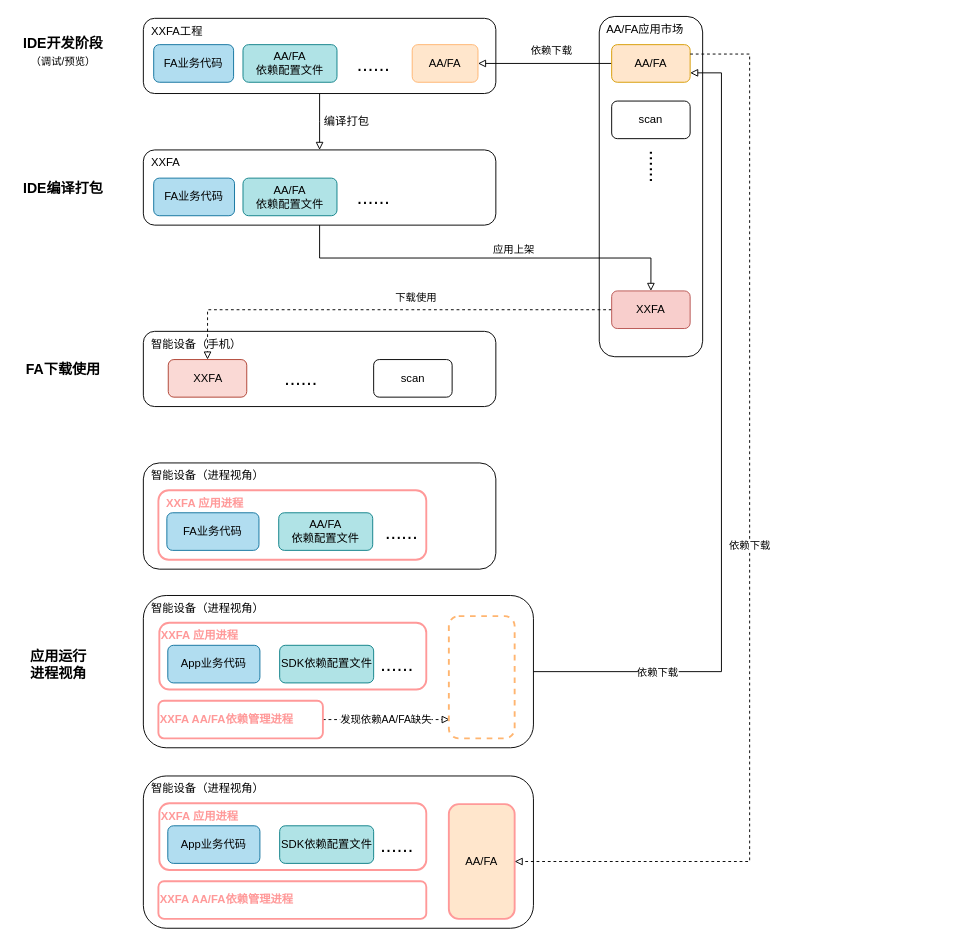
Before: draw/Virtual Integration - FA.drawio in befairyliu/draw.io, a draw.io diagram. Source tidied: cells renumbered, new cells numbered last; positions are measured from the earlier drawing's top-left corner, leaving out a move shared by most shapes. Both pictures are drawn from the tidied source at 94%, with x=0, y=0 at pixel (16, 16).
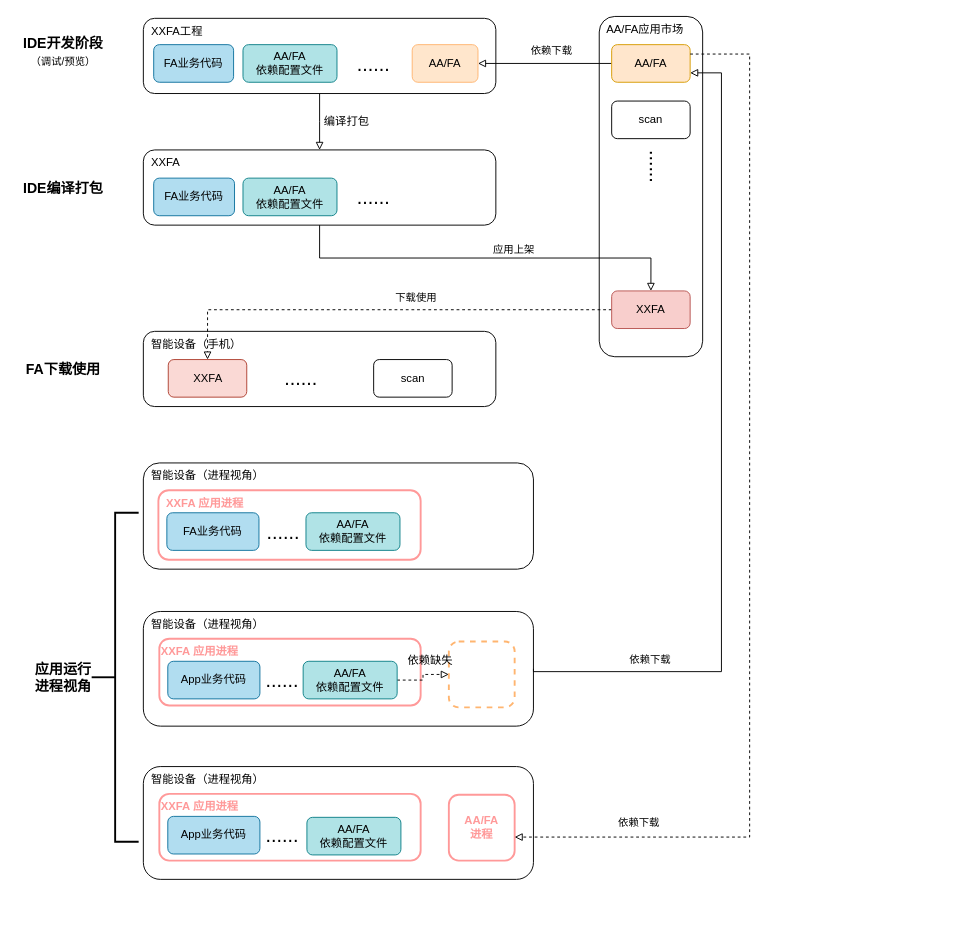
After the change.

Unchanged cells that the change refers to:
```xml
<mxCell id="20" value="AA/FA" style="rounded=1;whiteSpace=wrap;html=1;align=center;fillColor=#ffe6cc;strokeColor=#d79b00;" parent="1" vertex="1">
  <mxGeometry x="633.2" y="30" width="83.5" height="40" as="geometry" />
</mxCell>
<mxCell id="51" style="edgeStyle=orthogonalEdgeStyle;rounded=0;jettySize=auto;html=1;exitX=1;exitY=0.5;exitDx=0;exitDy=0;entryX=1;entryY=0.75;entryDx=0;entryDy=0;endArrow=block;endFill=0;" parent="1" edge="1" source="2" target="20">
  <mxGeometry relative="1" as="geometry">
    <Array as="points">
      <mxPoint x="750" y="697" />
      <mxPoint x="750" y="60" />
    </Array>
  </mxGeometry>
</mxCell>
```

What changed in the source:
```diff
@@
     <mxCell id="2" value="&amp;nbsp; 智能设备（进程视角）" style="rounded=1;whiteSpace=wrap;html=1;fontSize=12;glass=0;strokeWidth=1;shadow=0;align=left;verticalAlign=top;" parent="1" vertex="1">
-      <mxGeometry x="135" y="616" width="415" height="162" as="geometry" />
+      <mxGeometry x="135" y="633" width="415" height="122" as="geometry" />
     </mxCell>
     <mxCell id="3" value="&lt;b&gt;&lt;font color=&quot;#ff9999&quot;&gt;XXFA 应用进程&lt;/font&gt;&lt;/b&gt;" style="rounded=1;whiteSpace=wrap;html=1;fillColor=none;gradientColor=none;fontSize=12;align=left;verticalAlign=top;strokeColor=#FF9999;strokeWidth=2;" parent="1" vertex="1">
-      <mxGeometry x="152" y="645" width="284" height="71" as="geometry" />
+      <mxGeometry x="152" y="662" width="278" height="71" as="geometry" />
     </mxCell>
     <mxCell id="4" value="&amp;nbsp; 智能设备（进程视角）" style="rounded=1;whiteSpace=wrap;html=1;fontSize=12;glass=0;strokeWidth=1;shadow=0;align=left;verticalAlign=top;" parent="1" vertex="1">
-      <mxGeometry x="135" y="475" width="375" height="113" as="geometry" />
+      <mxGeometry x="135" y="475" width="415" height="113" as="geometry" />
     </mxCell>
     <mxCell id="5" value="&lt;b&gt;&lt;font color=&quot;#ff9999&quot;&gt;&amp;nbsp; XXFA 应用进程&lt;/font&gt;&lt;/b&gt;" style="rounded=1;whiteSpace=wrap;html=1;fillColor=none;gradientColor=none;fontSize=12;align=left;verticalAlign=top;strokeColor=#FF9999;strokeWidth=2;" parent="1" vertex="1">
-      <mxGeometry x="151" y="504" width="285" height="74" as="geometry" />
+      <mxGeometry x="151" y="504" width="279" height="74" as="geometry" />
     </mxCell>
@@
     <mxCell id="30" value="AA/FA&lt;br&gt;依赖配置文件" style="rounded=1;whiteSpace=wrap;html=1;align=center;fillColor=#b0e3e6;strokeColor=#0e8088;" parent="1" vertex="1">
-      <mxGeometry x="279" y="528" width="100" height="40" as="geometry" />
+      <mxGeometry x="308" y="528" width="100" height="40" as="geometry" />
     </mxCell>
     <mxCell id="31" value="&lt;font style=&quot;font-size: 21px&quot;&gt;......&lt;/font&gt;" style="rounded=1;whiteSpace=wrap;html=1;align=center;fillColor=none;gradientColor=none;strokeColor=none;" parent="1" vertex="1">
-      <mxGeometry x="385" y="528" width="50" height="40" as="geometry" />
+      <mxGeometry x="259" y="528" width="50" height="40" as="geometry" />
     </mxCell>
     <mxCell id="32" value="&lt;b&gt;应用运行&lt;br&gt;进程视角&lt;/b&gt;" style="text;html=1;strokeColor=none;fillColor=none;align=center;verticalAlign=middle;whiteSpace=wrap;rounded=0;fontSize=15;" parent="1" vertex="1">
-      <mxGeometry y="669" width="90" height="40" as="geometry" />
+      <mxGeometry x="5" y="683" width="90" height="40" as="geometry" />
     </mxCell>
@@
     <mxCell id="38" value="App业务代码" style="rounded=1;whiteSpace=wrap;html=1;align=center;fillColor=#b1ddf0;strokeColor=#10739e;" parent="1" vertex="1">
-      <mxGeometry x="161" y="669" width="98" height="40" as="geometry" />
+      <mxGeometry x="161" y="686" width="98" height="40" as="geometry" />
     </mxCell>
+    <mxCell id="54" style="edgeStyle=orthogonalEdgeStyle;rounded=0;jettySize=auto;html=1;exitX=1;exitY=0.5;exitDx=0;exitDy=0;entryX=0;entryY=0.5;entryDx=0;entryDy=0;dashed=1;endArrow=block;endFill=0;" parent="1" edge="1" source="39" target="43">
+      <mxGeometry relative="1" as="geometry" />
+    </mxCell>
-    <mxCell id="39" value="SDK依赖配置文件" style="rounded=1;whiteSpace=wrap;html=1;align=left;fillColor=#b0e3e6;strokeColor=#0e8088;" parent="1" vertex="1">
-      <mxGeometry x="280" y="669" width="100" height="40" as="geometry" />
+    <mxCell id="39" value="AA/FA&lt;br&gt;依赖配置文件" style="rounded=1;whiteSpace=wrap;html=1;align=center;fillColor=#b0e3e6;strokeColor=#0e8088;" parent="1" vertex="1">
+      <mxGeometry x="305" y="686" width="100" height="40" as="geometry" />
     </mxCell>
-    <mxCell id="40" value="&lt;font style=&quot;font-size: 21px&quot;&gt;......&lt;/font&gt;" style="rounded=1;whiteSpace=wrap;html=1;align=center;fillColor=none;gradientColor=none;strokeColor=none;" parent="1" vertex="1">
-      <mxGeometry x="380" y="669" width="50" height="40" as="geometry" />
-    </mxCell>
-    <mxCell id="41" value="发现依赖AA/FA缺失" style="edgeStyle=orthogonalEdgeStyle;rounded=0;jettySize=auto;html=1;exitX=1;exitY=0.5;exitDx=0;exitDy=0;dashed=1;endArrow=block;endFill=0;entryX=0.013;entryY=0.846;entryDx=0;entryDy=0;entryPerimeter=0;" parent="1" edge="1" source="42" target="43">
-      <mxGeometry relative="1" as="geometry" />
-    </mxCell>
-    <mxCell id="42" value="&lt;b&gt;&lt;font color=&quot;#ff9999&quot;&gt;XXFA AA/FA依赖管理进程&lt;/font&gt;&lt;/b&gt;" style="rounded=1;whiteSpace=wrap;html=1;fillColor=none;gradientColor=none;fontSize=12;align=left;verticalAlign=middle;strokeColor=#FF9999;strokeWidth=2;" parent="1" vertex="1">
-      <mxGeometry x="151" y="728" width="175" height="40" as="geometry" />
-    </mxCell>
     <mxCell id="43" style="rounded=1;whiteSpace=wrap;html=1;fontSize=12;align=left;verticalAlign=middle;strokeWidth=2;dashed=1;strokeColor=#FFB570;" parent="1" vertex="1">
-      <mxGeometry x="460" y="638" width="70" height="130" as="geometry" />
+      <mxGeometry x="460" y="665" width="70" height="70" as="geometry" />
     </mxCell>
     <mxCell id="44" value="&amp;nbsp; 智能设备（进程视角）" style="rounded=1;whiteSpace=wrap;html=1;fontSize=12;glass=0;strokeWidth=1;shadow=0;align=left;verticalAlign=top;" parent="1" vertex="1">
-      <mxGeometry x="135" y="808" width="415" height="162" as="geometry" />
+      <mxGeometry x="135" y="798" width="415" height="120" as="geometry" />
     </mxCell>
     <mxCell id="45" value="&lt;b&gt;&lt;font color=&quot;#ff9999&quot;&gt;XXFA 应用进程&lt;/font&gt;&lt;/b&gt;" style="rounded=1;whiteSpace=wrap;html=1;fillColor=none;gradientColor=none;fontSize=12;align=left;verticalAlign=top;strokeColor=#FF9999;strokeWidth=2;" parent="1" vertex="1">
-      <mxGeometry x="152" y="837" width="284" height="71" as="geometry" />
+      <mxGeometry x="152" y="827" width="278" height="71" as="geometry" />
     </mxCell>
     <mxCell id="46" value="App业务代码" style="rounded=1;whiteSpace=wrap;html=1;align=center;fillColor=#b1ddf0;strokeColor=#10739e;" parent="1" vertex="1">
-      <mxGeometry x="161" y="861" width="98" height="40" as="geometry" />
+      <mxGeometry x="161" y="851" width="98" height="40" as="geometry" />
     </mxCell>
-    <mxCell id="47" value="SDK依赖配置文件" style="rounded=1;whiteSpace=wrap;html=1;align=left;fillColor=#b0e3e6;strokeColor=#0e8088;" parent="1" vertex="1">
-      <mxGeometry x="280" y="861" width="100" height="40" as="geometry" />
+    <mxCell id="47" value="AA/FA&lt;br&gt;依赖配置文件" style="rounded=1;whiteSpace=wrap;html=1;align=center;fillColor=#b0e3e6;strokeColor=#0e8088;" parent="1" vertex="1">
+      <mxGeometry x="309" y="852" width="100" height="40" as="geometry" />
     </mxCell>
     <mxCell id="48" value="&lt;font style=&quot;font-size: 21px&quot;&gt;......&lt;/font&gt;" style="rounded=1;whiteSpace=wrap;html=1;align=center;fillColor=none;gradientColor=none;strokeColor=none;" parent="1" vertex="1">
-      <mxGeometry x="380" y="861" width="50" height="40" as="geometry" />
+      <mxGeometry x="258" y="851" width="50" height="40" as="geometry" />
     </mxCell>
-    <mxCell id="49" value="&lt;b&gt;&lt;font color=&quot;#ff9999&quot;&gt;XXFA AA/FA依赖管理进程&lt;/font&gt;&lt;/b&gt;" style="rounded=1;whiteSpace=wrap;html=1;fillColor=none;gradientColor=none;fontSize=12;align=left;verticalAlign=middle;strokeColor=#FF9999;strokeWidth=2;" parent="1" vertex="1">
-      <mxGeometry x="151" y="920" width="285" height="40" as="geometry" />
-    </mxCell>
-    <mxCell id="50" value="AA/FA" style="rounded=1;whiteSpace=wrap;html=1;fillColor=#ffe6cc;fontSize=12;align=center;verticalAlign=middle;strokeColor=#FF9999;strokeWidth=2;" parent="1" vertex="1">
-      <mxGeometry x="460" y="838" width="70" height="122" as="geometry" />
+    <mxCell id="50" value="&lt;font color=&quot;#ff9999&quot;&gt;&lt;b&gt;AA/FA&lt;br&gt;进程&lt;/b&gt;&lt;/font&gt;" style="rounded=1;whiteSpace=wrap;html=1;fillColor=#FFFFFF;fontSize=12;align=center;verticalAlign=middle;strokeColor=#FF9999;strokeWidth=2;" parent="1" vertex="1">
+      <mxGeometry x="460" y="828" width="70" height="70" as="geometry" />
     </mxCell>
@@
     <mxCell id="52" value="依赖下载" style="edgeLabel;html=1;align=center;verticalAlign=middle;" parent="51" vertex="1">
-      <mxGeometry x="-0.7" relative="1" as="geometry" />
+      <mxGeometry x="-0.7" relative="1" as="geometry">
+        <mxPoint x="-5" y="-14" as="offset" />
+      </mxGeometry>
     </mxCell>
-    <mxCell id="53" value="依赖下载" style="edgeStyle=orthogonalEdgeStyle;rounded=0;jettySize=auto;html=1;exitX=1;exitY=0.25;exitDx=0;exitDy=0;entryX=1;entryY=0.5;entryDx=0;entryDy=0;endArrow=block;endFill=0;dashed=1;" parent="1" edge="1" source="20" target="50">
-      <mxGeometry relative="1" as="geometry">
+    <mxCell id="53" value="依赖下载" style="edgeStyle=orthogonalEdgeStyle;rounded=0;jettySize=auto;html=1;exitX=1;exitY=0.25;exitDx=0;exitDy=0;endArrow=block;endFill=0;dashed=1;" parent="1" edge="1" source="20">
+      <mxGeometry x="0.77" y="-15" relative="1" as="geometry">
+        <mxPoint x="530" y="873" as="targetPoint" />
         <Array as="points">
           <mxPoint x="780" y="40" />
-          <mxPoint x="780" y="899" />
+          <mxPoint x="780" y="873" />
         </Array>
       </mxGeometry>
     </mxCell>
+    <mxCell id="55" style="strokeWidth=2;html=1;shape=mxgraph.flowchart.annotation_2;align=left;labelPosition=right;fillColor=#FFFFFF;" parent="1" vertex="1">
+      <mxGeometry x="80" y="528" width="50" height="350" as="geometry" />
+    </mxCell>
+    <mxCell id="40" value="&lt;font style=&quot;font-size: 21px&quot;&gt;......&lt;/font&gt;" style="rounded=1;whiteSpace=wrap;html=1;align=center;fillColor=none;gradientColor=none;strokeColor=none;" parent="1" vertex="1">
+      <mxGeometry x="258" y="686" width="50" height="40" as="geometry" />
+    </mxCell>
+    <mxCell id="56" value="&lt;span style=&quot;color: rgba(0 , 0 , 0 , 0) ; font-family: monospace ; font-size: 0px&quot;&gt;依赖&lt;/span&gt;" style="text;html=1;align=center;verticalAlign=middle;" parent="1" vertex="1">
+      <mxGeometry x="988" y="842" width="20" height="20" as="geometry" />
+    </mxCell>
+    <mxCell id="57" value="依赖缺失" style="text;html=1;align=center;verticalAlign=middle;" parent="1" vertex="1">
+      <mxGeometry x="410" y="675" width="60" height="20" as="geometry" />
+    </mxCell>
```
